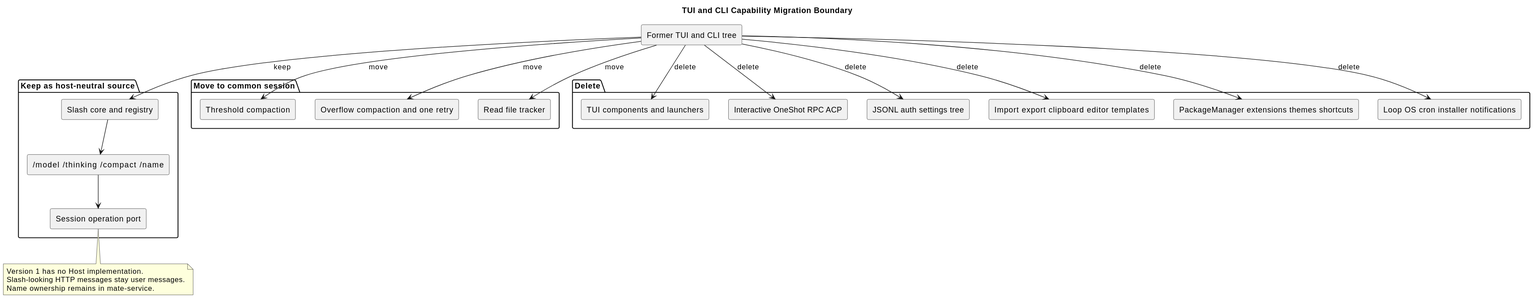
Above: pi-mono-java-tool-system/tui_capability_migration.svg in ssm0808/pi-mono-java-design (PlantUML), before the change.
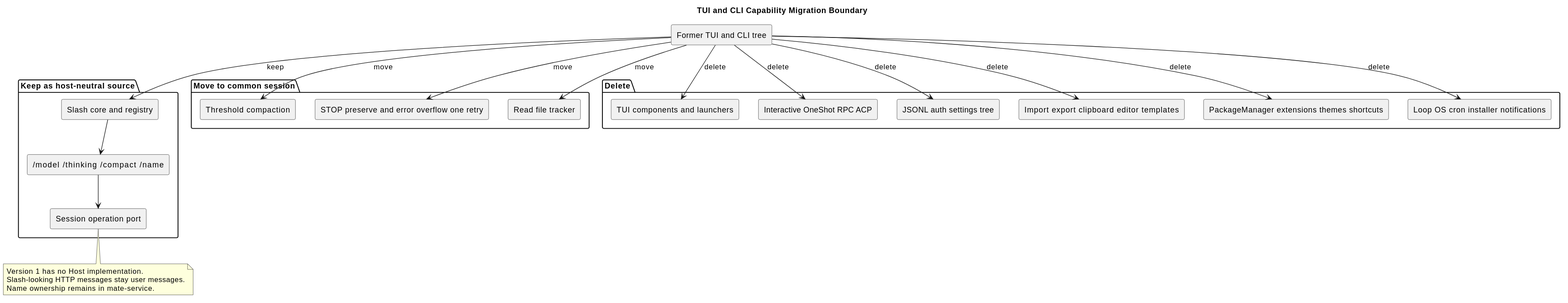
Above is the later version.

Diff of the diagram source:
```diff
@@ -12,7 +12,7 @@
 }
 package "Move to common session" {
   [Threshold compaction] as Threshold
-  [Overflow compaction and one retry] as Overflow
+  [STOP preserve and error overflow one retry] as Overflow
   [Read file tracker] as Tracker
 }
 package "Delete" {
```
